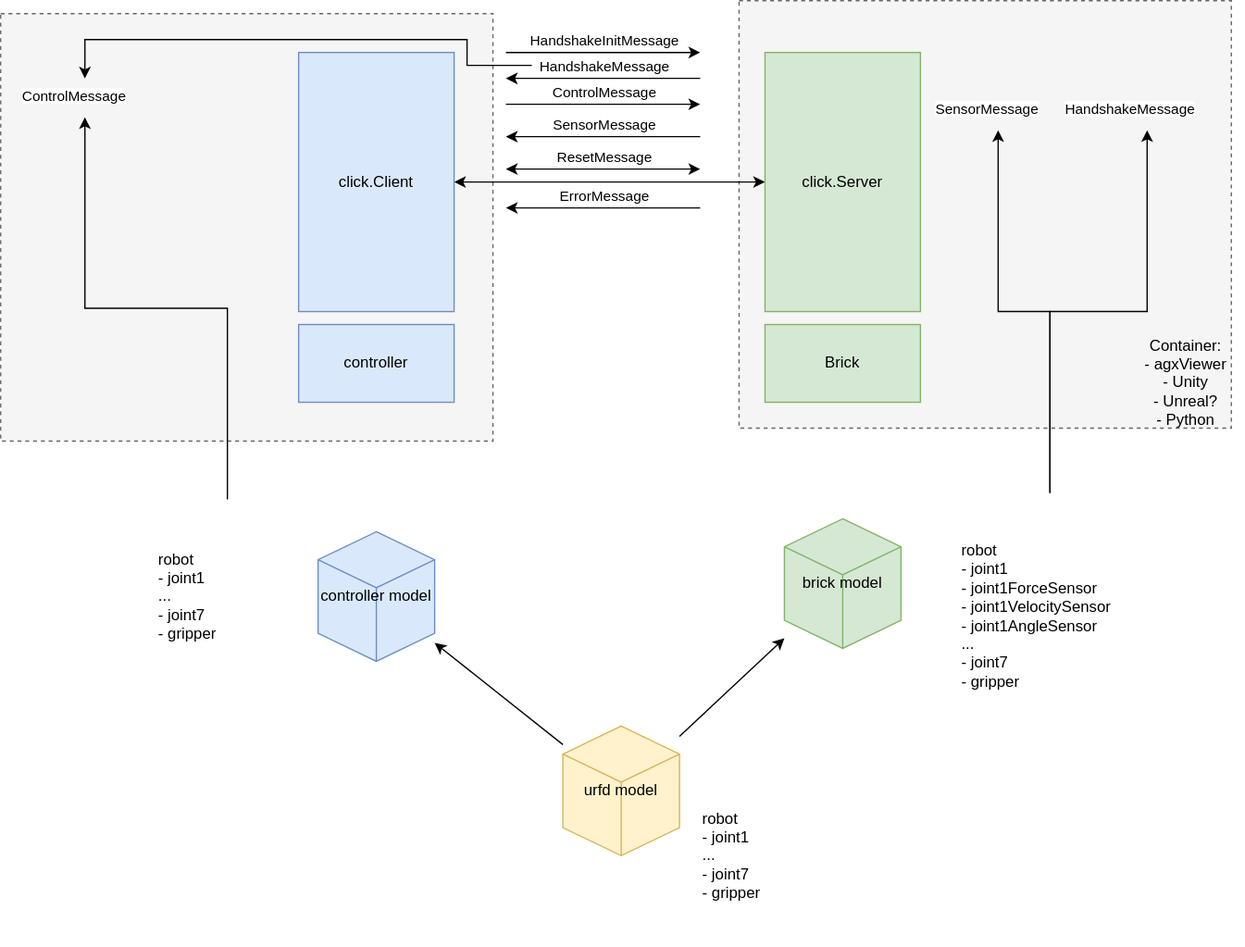
This is doc/messaging.drawio.svg from Algoryx/click-mirror, a draw.io export, as it was before one commit. Source tidied: cells renumbered, new cells last; positions are measured from the earlier drawing's top-left corner, leaving out a move shared by most shapes.
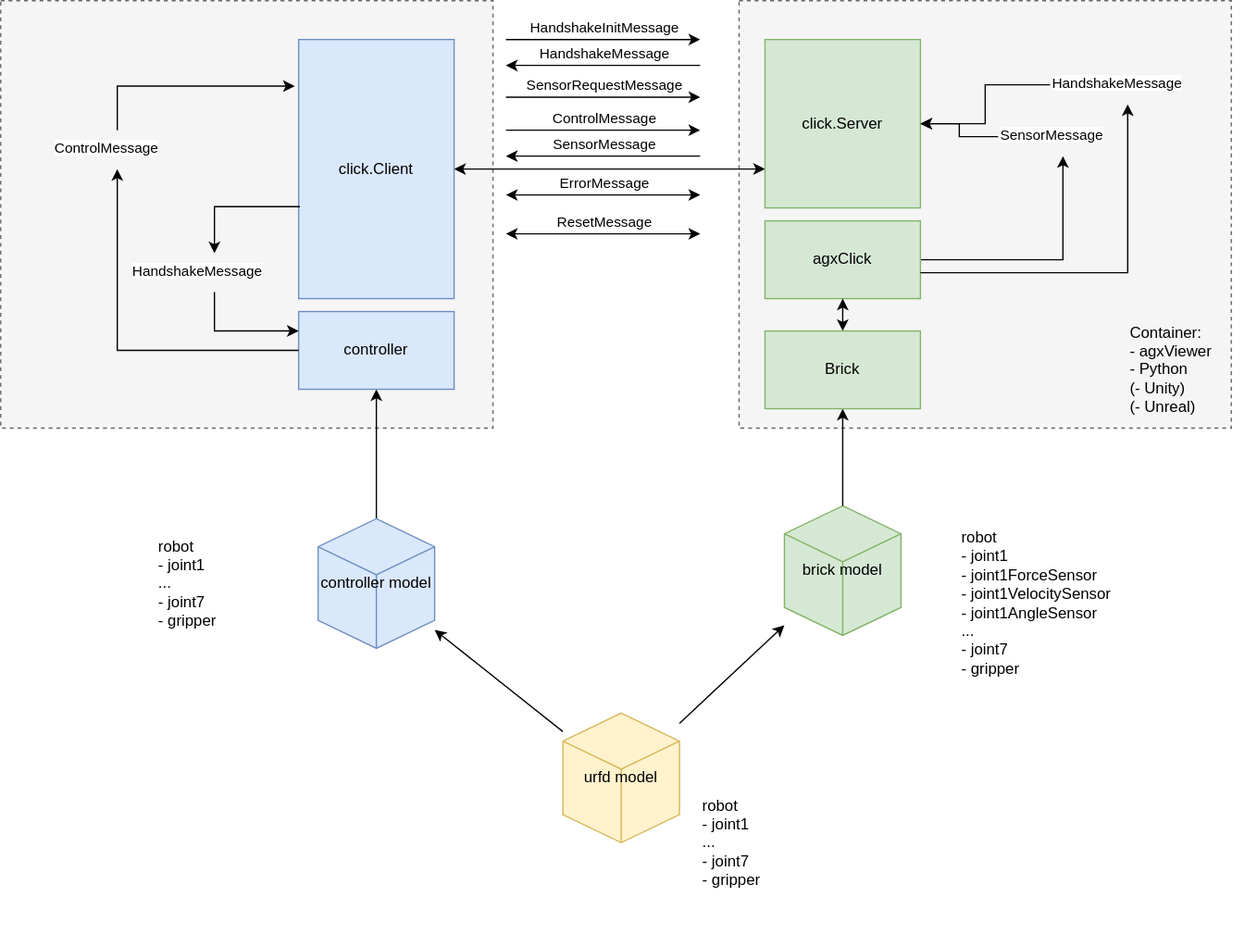
The same diagram one commit later.

The edit, as a diff of the source:
```diff
@@ -6,7 +6,7 @@
       <mxGeometry y="10" width="380" height="330" as="geometry" />
     </mxCell>
     <mxCell id="3" style="rounded=0;whiteSpace=wrap;html=1;fillColor=#f5f5f5;dashed=1;strokeColor=#666666;fontColor=#333333;" parent="1" vertex="1">
-      <mxGeometry x="570" width="380" height="330" as="geometry" />
+      <mxGeometry x="570" y="10" width="380" height="330" as="geometry" />
     </mxCell>
     <mxCell id="4" style="rounded=0;jettySize=auto;html=1;startArrow=none;startFill=0;" parent="1" edge="1" source="6" target="8">
       <mxGeometry relative="1" as="geometry" />
@@ -17,31 +17,41 @@
     <mxCell id="6" value="urfd model" style="html=1;whiteSpace=wrap;shape=isoCube2;backgroundOutline=1;isoAngle=15;fillColor=#fff2cc;strokeColor=#d6b656;" parent="1" vertex="1">
       <mxGeometry x="434" y="560" width="90" height="100" as="geometry" />
     </mxCell>
+    <mxCell id="37" style="edgeStyle=orthogonalEdgeStyle;rounded=0;html=1;entryX=0.5;entryY=1;entryDx=0;entryDy=0;startArrow=none;startFill=0;" parent="1" edge="1" source="7" target="13">
+      <mxGeometry relative="1" as="geometry" />
+    </mxCell>
     <mxCell id="7" value="controller model" style="html=1;whiteSpace=wrap;shape=isoCube2;backgroundOutline=1;isoAngle=15;fillColor=#dae8fc;strokeColor=#6c8ebf;" parent="1" vertex="1">
       <mxGeometry x="245" y="410" width="90" height="100" as="geometry" />
     </mxCell>
     <mxCell id="8" value="brick model" style="html=1;whiteSpace=wrap;shape=isoCube2;backgroundOutline=1;isoAngle=15;fillColor=#d5e8d4;strokeColor=#82b366;" parent="1" vertex="1">
       <mxGeometry x="605" y="400" width="90" height="100" as="geometry" />
     </mxCell>
-    <mxCell id="9" style="edgeStyle=orthogonalEdgeStyle;rounded=0;jettySize=auto;html=1;exitX=1;exitY=0.5;exitDx=0;exitDy=0;entryX=0;entryY=0.5;entryDx=0;entryDy=0;startArrow=classic;startFill=1;" parent="1" edge="1" source="10" target="11">
+    <mxCell id="9" style="edgeStyle=orthogonalEdgeStyle;rounded=0;jettySize=auto;html=1;exitX=1;exitY=0.5;exitDx=0;exitDy=0;entryX=0;entryY=0.769;entryDx=0;entryDy=0;startArrow=classic;startFill=1;entryPerimeter=0;" parent="1" edge="1" source="10" target="11">
       <mxGeometry relative="1" as="geometry" />
     </mxCell>
     <mxCell id="10" value="click.Client" style="rounded=0;whiteSpace=wrap;html=1;fillColor=#dae8fc;strokeColor=#6c8ebf;" parent="1" vertex="1">
       <mxGeometry x="230" y="40" width="120" height="200" as="geometry" />
     </mxCell>
     <mxCell id="11" value="click.Server" style="rounded=0;whiteSpace=wrap;html=1;fillColor=#d5e8d4;strokeColor=#82b366;" parent="1" vertex="1">
-      <mxGeometry x="590" y="40" width="120" height="200" as="geometry" />
+      <mxGeometry x="590" y="40" width="120" height="130" as="geometry" />
     </mxCell>
+    <mxCell id="38" style="edgeStyle=orthogonalEdgeStyle;html=1;startArrow=none;startFill=0;rounded=0;" parent="1" edge="1" source="12" target="30">
+      <mxGeometry relative="1" as="geometry" />
+    </mxCell>
-    <mxCell id="12" value="Brick" style="rounded=0;whiteSpace=wrap;html=1;fillColor=#d5e8d4;strokeColor=#82b366;" parent="1" vertex="1">
-      <mxGeometry x="590" y="250" width="120" height="60" as="geometry" />
+    <mxCell id="12" value="agxClick" style="rounded=0;whiteSpace=wrap;html=1;fillColor=#d5e8d4;strokeColor=#82b366;" parent="1" vertex="1">
+      <mxGeometry x="590" y="180" width="120" height="60" as="geometry" />
     </mxCell>
     <mxCell id="13" value="controller" style="rounded=0;whiteSpace=wrap;html=1;fillColor=#dae8fc;strokeColor=#6c8ebf;" parent="1" vertex="1">
       <mxGeometry x="230" y="250" width="120" height="60" as="geometry" />
     </mxCell>
-    <mxCell id="14" style="edgeStyle=orthogonalEdgeStyle;rounded=0;jettySize=auto;html=1;" parent="1" edge="1" source="16" target="29">
-      <mxGeometry relative="1" as="geometry" />
+    <mxCell id="14" style="edgeStyle=orthogonalEdgeStyle;rounded=0;jettySize=auto;html=1;" parent="1" edge="1" source="12" target="29">
+      <mxGeometry relative="1" as="geometry">
+        <Array as="points">
+          <mxPoint x="870" y="220" />
+        </Array>
+      </mxGeometry>
     </mxCell>
-    <mxCell id="15" style="edgeStyle=orthogonalEdgeStyle;rounded=0;jettySize=auto;html=1;" parent="1" edge="1" source="16" target="30">
+    <mxCell id="15" style="edgeStyle=orthogonalEdgeStyle;rounded=0;jettySize=auto;html=1;" parent="1" edge="1" source="8" target="45">
       <mxGeometry relative="1" as="geometry" />
     </mxCell>
     <mxCell id="16" value="robot&lt;br&gt;- joint1&lt;br&gt;&amp;nbsp; -&amp;nbsp;joint1ForceSensor&lt;br&gt;&amp;nbsp; -&amp;nbsp;joint1VelocitySensor&lt;br&gt;&amp;nbsp; -&amp;nbsp;joint1AngleSensor&lt;br&gt;...&lt;br&gt;- joint7&lt;br&gt;- gripper" style="text;html=1;strokeColor=none;fillColor=none;align=left;verticalAlign=middle;whiteSpace=wrap;rounded=0;" parent="1" vertex="1">
@@ -66,8 +76,8 @@
     </mxCell>
     <mxCell id="21" style="endArrow=classic;html=1;" parent="1" edge="1">
       <mxGeometry relative="1" as="geometry">
-        <mxPoint x="390" y="80" as="sourcePoint" />
-        <mxPoint x="540" y="80" as="targetPoint" />
+        <mxPoint x="390" y="110" as="sourcePoint" />
+        <mxPoint x="540" y="110" as="targetPoint" />
       </mxGeometry>
     </mxCell>
     <mxCell id="22" value="ControlMessage" style="edgeLabel;html=1;align=center;verticalAlign=middle;" parent="21" vertex="1">
@@ -77,8 +87,8 @@
     </mxCell>
     <mxCell id="23" style="endArrow=classic;html=1;" parent="1" edge="1">
       <mxGeometry relative="1" as="geometry">
-        <mxPoint x="540" y="105" as="sourcePoint" />
-        <mxPoint x="390" y="105" as="targetPoint" />
+        <mxPoint x="540" y="130" as="sourcePoint" />
+        <mxPoint x="390" y="130" as="targetPoint" />
       </mxGeometry>
     </mxCell>
     <mxCell id="24" value="SensorMessage" style="edgeLabel;html=1;align=center;verticalAlign=middle;" parent="23" vertex="1">
@@ -99,8 +109,8 @@
     </mxCell>
     <mxCell id="27" style="startArrow=classic;endArrow=classic;html=1;" parent="1" edge="1">
       <mxGeometry relative="1" as="geometry">
-        <mxPoint x="540" y="130" as="sourcePoint" />
-        <mxPoint x="390" y="130" as="targetPoint" />
+        <mxPoint x="540" y="190" as="sourcePoint" />
+        <mxPoint x="390" y="190" as="targetPoint" />
       </mxGeometry>
     </mxCell>
     <mxCell id="28" value="ResetMessage" style="edgeLabel;html=1;align=center;verticalAlign=middle;" parent="27" vertex="1">
@@ -108,16 +118,22 @@
         <mxPoint y="-10" as="offset" />
       </mxGeometry>
     </mxCell>
+    <mxCell id="39" style="edgeStyle=orthogonalEdgeStyle;rounded=0;html=1;startArrow=none;startFill=0;" parent="1" edge="1" source="29" target="11">
+      <mxGeometry relative="1" as="geometry" />
+    </mxCell>
     <mxCell id="29" value="&lt;meta charset=&quot;utf-8&quot;&gt;&lt;span style=&quot;color: rgb(0, 0, 0); font-family: helvetica; font-size: 11px; font-style: normal; font-weight: 400; letter-spacing: normal; text-align: center; text-indent: 0px; text-transform: none; word-spacing: 0px; background-color: rgb(255, 255, 255); display: inline; float: none;&quot;&gt;HandshakeMessage&lt;/span&gt;" style="text;whiteSpace=wrap;html=1;" parent="1" vertex="1">
-      <mxGeometry x="820" y="70" width="130" height="30" as="geometry" />
+      <mxGeometry x="810" y="60" width="130" height="30" as="geometry" />
     </mxCell>
+    <mxCell id="40" style="edgeStyle=orthogonalEdgeStyle;rounded=0;html=1;startArrow=none;startFill=0;" parent="1" edge="1" source="30" target="11">
+      <mxGeometry relative="1" as="geometry" />
+    </mxCell>
     <mxCell id="30" value="&lt;meta charset=&quot;utf-8&quot;&gt;&lt;span style=&quot;color: rgb(0, 0, 0); font-family: helvetica; font-size: 11px; font-style: normal; font-weight: 400; letter-spacing: normal; text-align: center; text-indent: 0px; text-transform: none; word-spacing: 0px; background-color: rgb(255, 255, 255); display: inline; float: none;&quot;&gt;SensorMessage&lt;/span&gt;" style="text;whiteSpace=wrap;html=1;" parent="1" vertex="1">
-      <mxGeometry x="720" y="70" width="100" height="30" as="geometry" />
+      <mxGeometry x="770" y="100" width="100" height="30" as="geometry" />
     </mxCell>
-    <mxCell id="31" value="Container:&lt;br&gt;- agxViewer&lt;br&gt;- Unity&lt;br&gt;- Unreal?&lt;br&gt;- Python" style="text;html=1;strokeColor=none;fillColor=none;align=center;verticalAlign=middle;whiteSpace=wrap;rounded=0;dashed=1;" parent="1" vertex="1">
+    <mxCell id="31" value="Container:&lt;br&gt;- agxViewer&lt;br&gt;- Python&lt;br&gt;(- Unity)&lt;br&gt;(- Unreal)" style="text;html=1;strokeColor=none;fillColor=none;align=left;verticalAlign=middle;whiteSpace=wrap;rounded=0;dashed=1;" parent="1" vertex="1">
       <mxGeometry x="870" y="260" width="90" height="70" as="geometry" />
     </mxCell>
-    <mxCell id="32" style="endArrow=classic;html=1;" parent="1" edge="1">
+    <mxCell id="32" style="endArrow=classic;html=1;startArrow=classic;startFill=1;" parent="1" edge="1">
       <mxGeometry relative="1" as="geometry">
         <mxPoint x="540" y="160" as="sourcePoint" />
         <mxPoint x="390" y="160" as="targetPoint" />
@@ -128,21 +144,44 @@
         <mxPoint y="-10" as="offset" />
       </mxGeometry>
     </mxCell>
-    <mxCell id="34" style="edgeStyle=orthogonalEdgeStyle;rounded=0;jettySize=auto;html=1;" parent="1" edge="1" target="36">
-      <mxGeometry relative="1" as="geometry">
-        <mxPoint x="410" y="50" as="sourcePoint" />
-        <Array as="points">
-          <mxPoint x="360" y="50" />
-          <mxPoint x="360" y="30" />
-          <mxPoint x="65" y="30" />
-        </Array>
-      </mxGeometry>
+    <mxCell id="34" style="edgeStyle=orthogonalEdgeStyle;rounded=0;jettySize=auto;html=1;exitX=0.008;exitY=0.645;exitDx=0;exitDy=0;entryX=0.5;entryY=0;entryDx=0;entryDy=0;exitPerimeter=0;" parent="1" edge="1" source="10" target="47">
+      <mxGeometry relative="1" as="geometry" />
     </mxCell>
-    <mxCell id="35" style="edgeStyle=orthogonalEdgeStyle;rounded=0;jettySize=auto;html=1;exitX=0.5;exitY=0;exitDx=0;exitDy=0;" parent="1" edge="1" source="18" target="36">
+    <mxCell id="35" style="edgeStyle=orthogonalEdgeStyle;rounded=0;jettySize=auto;html=1;" parent="1" edge="1" source="13" target="36">
       <mxGeometry relative="1" as="geometry" />
     </mxCell>
+    <mxCell id="41" style="edgeStyle=orthogonalEdgeStyle;rounded=0;html=1;startArrow=none;startFill=0;entryX=-0.025;entryY=0.18;entryDx=0;entryDy=0;entryPerimeter=0;exitX=0.5;exitY=0;exitDx=0;exitDy=0;" parent="1" edge="1" source="36" target="10">
+      <mxGeometry relative="1" as="geometry">
+        <Array as="points">
+          <mxPoint x="90" y="76" />
+        </Array>
+      </mxGeometry>
+    </mxCell>
     <mxCell id="36" value="&lt;span style=&quot;color: rgb(0 , 0 , 0) ; font-family: &amp;#34;helvetica&amp;#34; ; font-size: 11px ; font-style: normal ; font-weight: 400 ; letter-spacing: normal ; text-align: center ; text-indent: 0px ; text-transform: none ; word-spacing: 0px ; background-color: rgb(255 , 255 , 255) ; display: inline ; float: none&quot;&gt;ControlMessage&lt;/span&gt;" style="text;whiteSpace=wrap;html=1;" parent="1" vertex="1">
-      <mxGeometry x="15" y="60" width="100" height="30" as="geometry" />
+      <mxGeometry x="40" y="110" width="100" height="30" as="geometry" />
     </mxCell>
+    <mxCell id="42" style="endArrow=classic;html=1;" parent="1" edge="1">
+      <mxGeometry relative="1" as="geometry">
+        <mxPoint x="390" y="84.5" as="sourcePoint" />
+        <mxPoint x="540" y="84.5" as="targetPoint" />
+      </mxGeometry>
+    </mxCell>
+    <mxCell id="43" value="SensorRequestMessage" style="edgeLabel;html=1;align=center;verticalAlign=middle;" parent="42" vertex="1">
+      <mxGeometry relative="1" as="geometry">
+        <mxPoint y="-10" as="offset" />
+      </mxGeometry>
+    </mxCell>
+    <mxCell id="44" style="edgeStyle=none;html=1;exitX=0.5;exitY=0;exitDx=0;exitDy=0;entryX=0.5;entryY=1;entryDx=0;entryDy=0;startArrow=classic;startFill=1;" parent="1" edge="1" source="45" target="12">
+      <mxGeometry relative="1" as="geometry" />
+    </mxCell>
+    <mxCell id="45" value="Brick" style="rounded=0;whiteSpace=wrap;html=1;fillColor=#d5e8d4;strokeColor=#82b366;" parent="1" vertex="1">
+      <mxGeometry x="590" y="265" width="120" height="60" as="geometry" />
+    </mxCell>
+    <mxCell id="46" style="edgeStyle=orthogonalEdgeStyle;rounded=0;html=1;exitX=0.5;exitY=1;exitDx=0;exitDy=0;entryX=0;entryY=0.25;entryDx=0;entryDy=0;startArrow=none;startFill=0;" parent="1" edge="1" source="47" target="13">
+      <mxGeometry relative="1" as="geometry" />
+    </mxCell>
+    <mxCell id="47" value="&lt;span style=&quot;color: rgb(0 , 0 , 0) ; font-family: &amp;#34;helvetica&amp;#34; ; font-size: 11px ; font-style: normal ; font-weight: 400 ; letter-spacing: normal ; text-align: center ; text-indent: 0px ; text-transform: none ; word-spacing: 0px ; background-color: rgb(255 , 255 , 255) ; display: inline ; float: none&quot;&gt;HandshakeMessage&lt;/span&gt;" style="text;whiteSpace=wrap;html=1;" parent="1" vertex="1">
+      <mxGeometry x="100" y="205" width="130" height="30" as="geometry" />
+    </mxCell>
   </root>
 </mxGraphModel>
```
